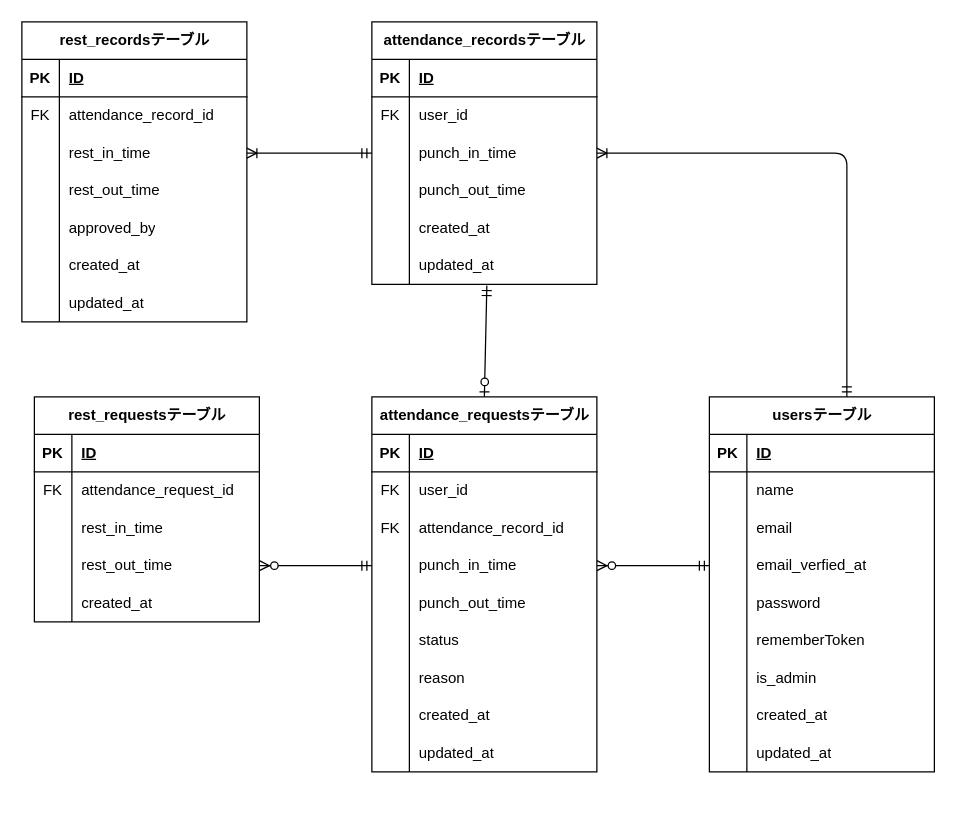
Before: src/ER.drawio in jinichi-haishima/attendance-app, a draw.io diagram. Source tidied: cells renumbered, new cells numbered last; positions are measured from the earlier drawing's top-left corner, leaving out a move shared by most shapes. Both pictures are drawn from the tidied source at 125%, with x=0, y=0 at pixel (21, 21).
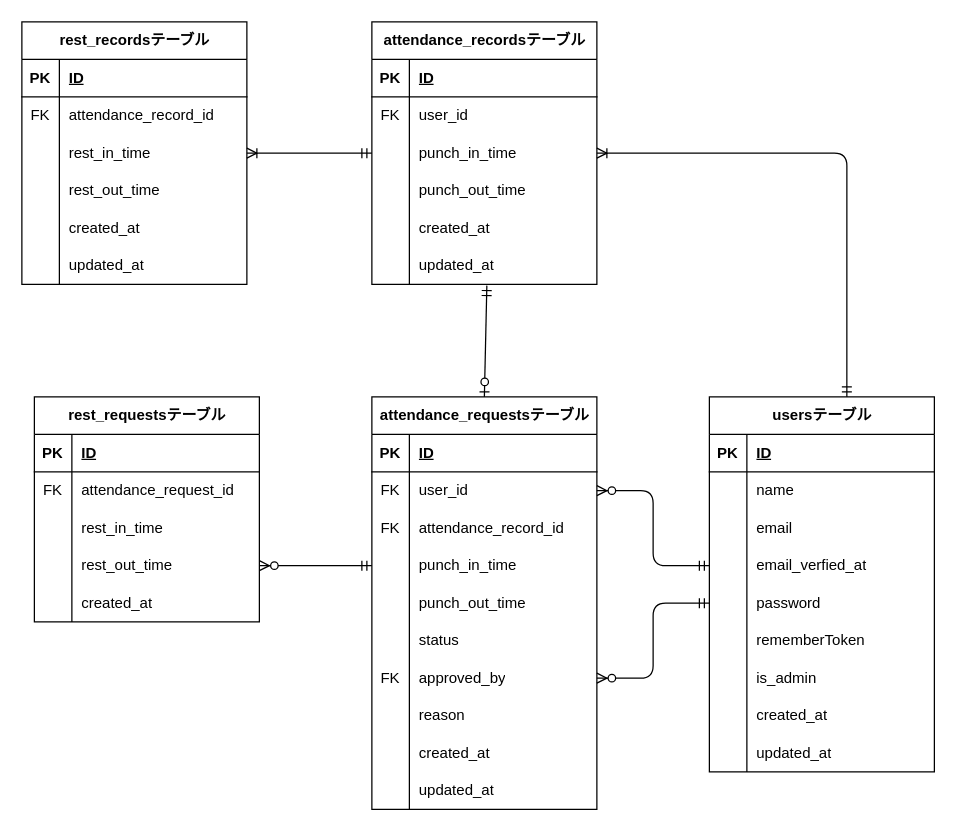
After the change.

Unchanged cells that the change refers to:
```xml
<mxCell id="12" style="shape=tableRow;horizontal=0;startSize=0;swimlaneHead=0;swimlaneBody=0;fillColor=none;points=[[0,0.5],[1,0.5]];portConstraint=eastwest;top=0;left=0;right=0;bottom=0;" parent="2" vertex="1">
  <mxGeometry y="120" width="180" height="30" as="geometry" />
</mxCell>
<mxCell id="15" style="shape=tableRow;horizontal=0;startSize=0;swimlaneHead=0;swimlaneBody=0;fillColor=none;points=[[0,0.5],[1,0.5]];portConstraint=eastwest;top=0;left=0;right=0;bottom=0;" parent="2" vertex="1">
  <mxGeometry y="150" width="180" height="30" as="geometry" />
</mxCell>
<mxCell id="75" style="shape=tableRow;horizontal=0;startSize=0;swimlaneHead=0;swimlaneBody=0;fillColor=none;points=[[0,0.5],[1,0.5]];portConstraint=eastwest;top=0;left=0;right=0;bottom=0;" parent="71" vertex="1">
  <mxGeometry y="60" width="180" height="30" as="geometry" />
</mxCell>
<mxCell id="81" style="shape=tableRow;horizontal=0;startSize=0;swimlaneHead=0;swimlaneBody=0;fillColor=none;points=[[0,0.5],[1,0.5]];portConstraint=eastwest;top=0;left=0;right=0;bottom=0;" parent="71" vertex="1">
  <mxGeometry y="120" width="180" height="30" as="geometry" />
</mxCell>
```

The edit, as a diff of the source:
```diff
@@
     <mxCell id="49" value="rest_recordsテーブル" style="shape=table;startSize=30;childLayout=tableLayout;rowLines=0;fontStyle=1;align=center;html=1;" parent="1" vertex="1">
-      <mxGeometry width="180" height="240" as="geometry" />
+      <mxGeometry width="180" height="210" as="geometry" />
     </mxCell>
@@
-    <mxCell id="62" style="shape=tableRow;horizontal=0;startSize=0;swimlaneHead=0;swimlaneBody=0;fillColor=none;top=0;left=0;right=0;bottom=0;" parent="49" vertex="1">
-      <mxGeometry y="150" width="180" height="30" as="geometry" />
-    </mxCell>
-    <mxCell id="63" style="shape=partialRectangle;fillColor=none;top=0;left=0;bottom=0;right=0;overflow=hidden;whiteSpace=wrap;html=1;" parent="62" vertex="1">
-      <mxGeometry width="30" height="30" as="geometry" />
-    </mxCell>
-    <mxCell id="64" value="approved_by" style="shape=partialRectangle;fillColor=none;top=0;left=0;bottom=0;right=0;align=left;spacingLeft=6;overflow=hidden;whiteSpace=wrap;html=1;" parent="62" vertex="1">
-      <mxGeometry x="30" width="150" height="30" as="geometry" />
-    </mxCell>
     <mxCell id="65" style="shape=tableRow;horizontal=0;startSize=0;swimlaneHead=0;swimlaneBody=0;fillColor=none;top=0;left=0;right=0;bottom=0;" parent="49" vertex="1">
-      <mxGeometry y="180" width="180" height="30" as="geometry" />
+      <mxGeometry y="150" width="180" height="30" as="geometry" />
     </mxCell>
@@
     <mxCell id="68" style="shape=tableRow;horizontal=0;startSize=0;swimlaneHead=0;swimlaneBody=0;fillColor=none;top=0;left=0;right=0;bottom=0;" parent="49" vertex="1">
-      <mxGeometry y="210" width="180" height="30" as="geometry" />
+      <mxGeometry y="180" width="180" height="30" as="geometry" />
     </mxCell>
@@
     <mxCell id="71" value="attendance_requestsテーブル" style="shape=table;startSize=30;childLayout=tableLayout;rowLines=0;fontStyle=1;align=center;html=1;" parent="1" vertex="1">
-      <mxGeometry x="280" y="300" width="180" height="300" as="geometry" />
+      <mxGeometry x="280" y="300" width="180" height="330" as="geometry" />
     </mxCell>
@@
+    <mxCell id="120" style="shape=tableRow;horizontal=0;startSize=0;swimlaneHead=0;swimlaneBody=0;fillColor=none;points=[[0,0.5],[1,0.5]];portConstraint=eastwest;top=0;left=0;right=0;bottom=0;" parent="71" vertex="1">
+      <mxGeometry y="210" width="180" height="30" as="geometry" />
+    </mxCell>
+    <mxCell id="121" value="FK" style="shape=partialRectangle;fillColor=none;top=0;left=0;bottom=0;right=0;overflow=hidden;whiteSpace=wrap;html=1;" parent="120" vertex="1">
+      <mxGeometry width="30" height="30" as="geometry" />
+    </mxCell>
+    <mxCell id="64" value="&lt;span style=&quot;color: rgb(0, 0, 0);&quot;&gt;approved_by&lt;/span&gt;" style="shape=partialRectangle;fillColor=none;top=0;left=0;bottom=0;right=0;align=left;spacingLeft=6;overflow=hidden;whiteSpace=wrap;html=1;" parent="120" vertex="1">
+      <mxGeometry x="30" width="150" height="30" as="geometry" />
+    </mxCell>
     <mxCell id="90" style="shape=tableRow;horizontal=0;startSize=0;swimlaneHead=0;swimlaneBody=0;fillColor=none;top=0;left=0;right=0;bottom=0;" parent="71" vertex="1">
-      <mxGeometry y="210" width="180" height="30" as="geometry" />
+      <mxGeometry y="240" width="180" height="30" as="geometry" />
     </mxCell>
@@
     <mxCell id="93" style="shape=tableRow;horizontal=0;startSize=0;swimlaneHead=0;swimlaneBody=0;fillColor=none;top=0;left=0;right=0;bottom=0;" parent="71" vertex="1">
-      <mxGeometry y="240" width="180" height="30" as="geometry" />
+      <mxGeometry y="270" width="180" height="30" as="geometry" />
     </mxCell>
@@
     <mxCell id="96" style="shape=tableRow;horizontal=0;startSize=0;swimlaneHead=0;swimlaneBody=0;fillColor=none;top=0;left=0;right=0;bottom=0;" parent="71" vertex="1">
-      <mxGeometry y="270" width="180" height="30" as="geometry" />
+      <mxGeometry y="300" width="180" height="30" as="geometry" />
     </mxCell>
@@
-    <mxCell id="117" style="fontSize=12;html=1;endArrow=ERzeroToMany;startArrow=ERmandOne;exitX=0;exitY=0.5;exitDx=0;exitDy=0;entryX=1;entryY=0.5;entryDx=0;entryDy=0;" parent="1" edge="1" source="12" target="81">
+    <mxCell id="117" style="fontSize=12;html=1;endArrow=ERzeroToMany;startArrow=ERmandOne;exitX=0;exitY=0.5;exitDx=0;exitDy=0;entryX=1;entryY=0.5;entryDx=0;entryDy=0;edgeStyle=orthogonalEdgeStyle;" parent="1" edge="1" source="12" target="75">
       <mxGeometry relative="1" as="geometry" />
     </mxCell>
@@
+    <mxCell id="122" style="edgeStyle=orthogonalEdgeStyle;fontSize=12;html=1;endArrow=ERzeroToMany;startArrow=ERmandOne;exitX=0;exitY=0.5;exitDx=0;exitDy=0;entryX=1;entryY=0.5;entryDx=0;entryDy=0;" parent="1" edge="1" source="15" target="120">
+      <mxGeometry relative="1" as="geometry" />
+    </mxCell>
```
